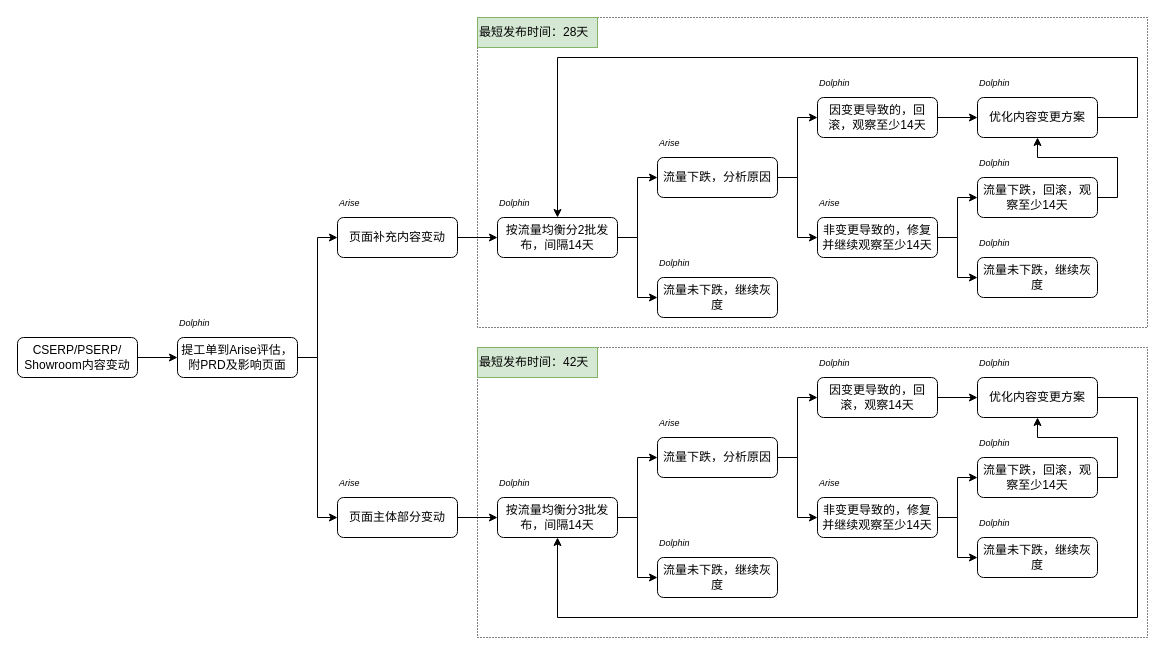
Above: drawio/页面变动灰度方案.drawio in VisableHarry/seo-drawio (draw.io), before the change. Source tidied: cells renumbered, new cells numbered last; positions are measured from the earlier drawing's top-left corner, leaving out a move shared by most shapes. Both pictures are drawn from the tidied source at 100%, with x=0, y=0 at pixel (17, 17).
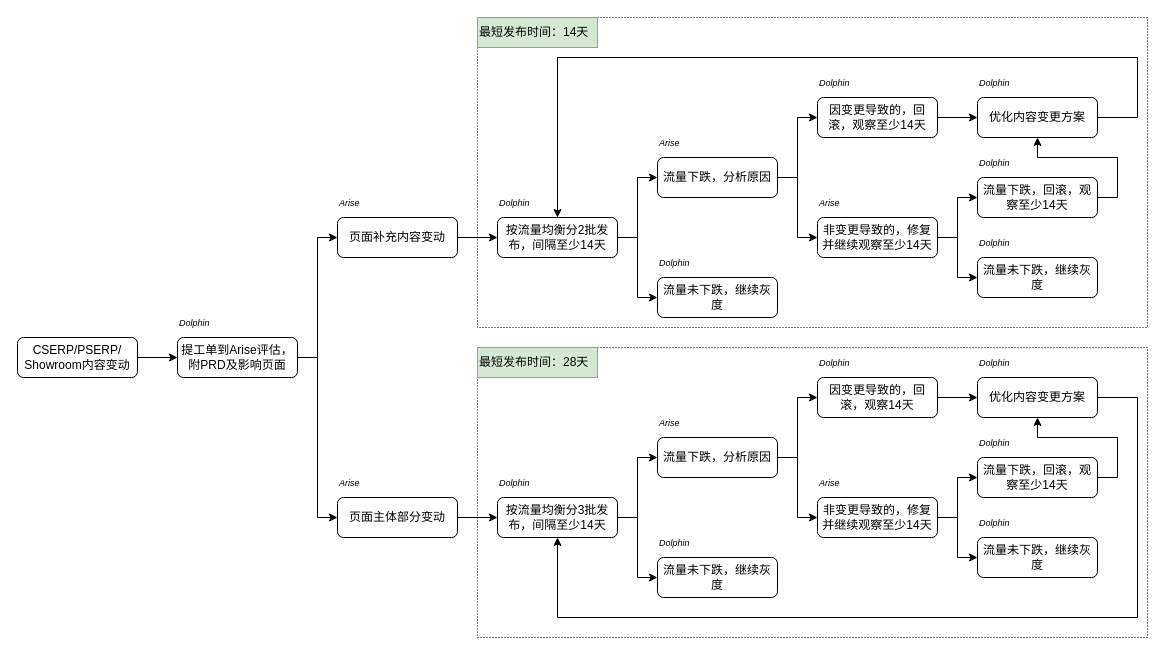
Above is the later version.

Commit message (it also covers changes not shown here):
更新页面变动灰度方案.drawio

What changed in the source:
```diff
@@
-    <mxCell id="15" value="按流量均衡分2批发布，间隔14天" style="rounded=1;whiteSpace=wrap;html=1;" parent="1" vertex="1">
+    <mxCell id="15" value="按流量均衡分2批发布，间隔至少14天" style="rounded=1;whiteSpace=wrap;html=1;" parent="1" vertex="1">
       <mxGeometry x="480" y="200" width="120" height="40" as="geometry" />
     </mxCell>
@@
-    <mxCell id="26" value="按流量均衡分3批发布，间隔14天" style="rounded=1;whiteSpace=wrap;html=1;" parent="1" vertex="1">
+    <mxCell id="26" value="按流量均衡分3批发布，间隔至少14天" style="rounded=1;whiteSpace=wrap;html=1;" parent="1" vertex="1">
       <mxGeometry x="480" y="480" width="120" height="40" as="geometry" />
     </mxCell>
@@
-    <mxCell id="66" value="最短发布时间：28天" style="text;html=1;align=left;verticalAlign=middle;whiteSpace=wrap;rounded=0;fillColor=#d5e8d4;strokeColor=#82b366;" parent="1" vertex="1">
+    <mxCell id="66" value="最短发布时间：14天" style="text;html=1;align=left;verticalAlign=middle;whiteSpace=wrap;rounded=0;fillColor=#d5e8d4;strokeColor=#82b366;" parent="1" vertex="1">
       <mxGeometry x="460" width="120" height="30" as="geometry" />
     </mxCell>
-    <mxCell id="67" value="最短发布时间：42天" style="text;html=1;align=left;verticalAlign=middle;whiteSpace=wrap;rounded=0;fillColor=#d5e8d4;strokeColor=#82b366;" parent="1" vertex="1">
+    <mxCell id="67" value="最短发布时间：28天" style="text;html=1;align=left;verticalAlign=middle;whiteSpace=wrap;rounded=0;fillColor=#d5e8d4;strokeColor=#82b366;" parent="1" vertex="1">
       <mxGeometry x="460" y="330" width="120" height="30" as="geometry" />
     </mxCell>
```
